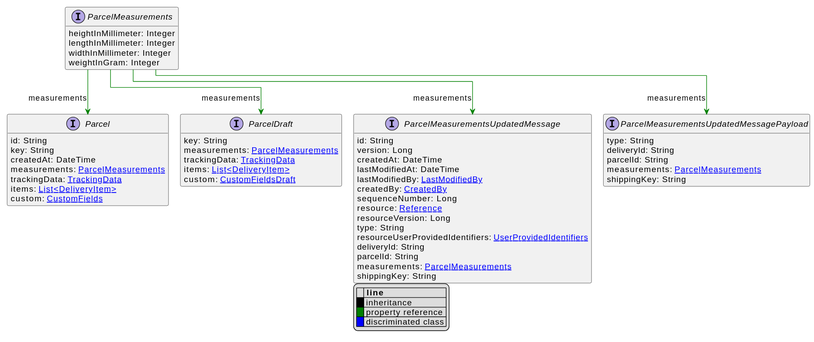
Before: uml/api/svg/ParcelMeasurements.svg, a diagram exported from PlantUML (commercetools/commercetools-api-reference).
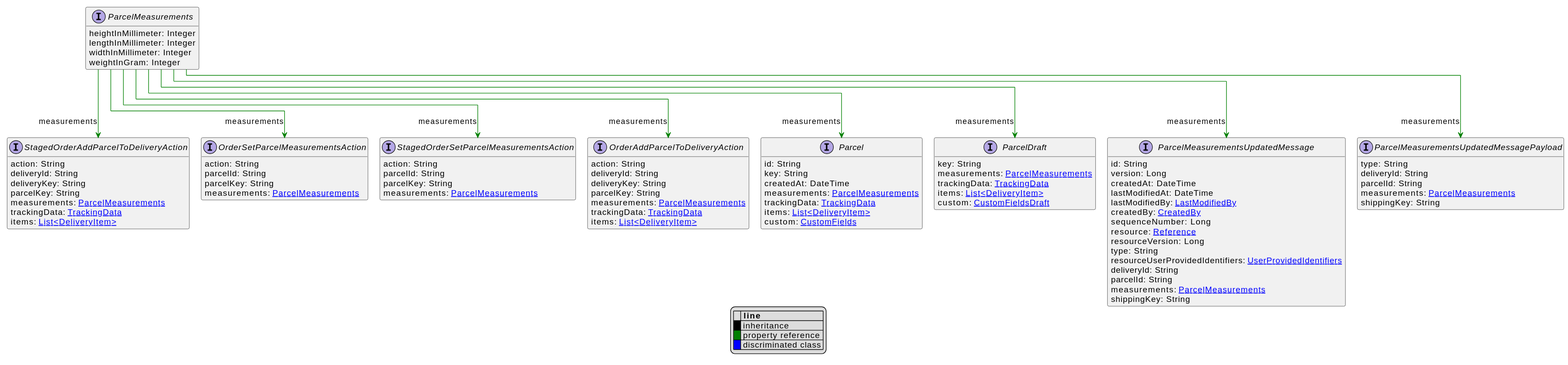
Above is the later version.

Diff of the diagram source:
```diff
@@ -41,6 +41,21 @@
     measurements: [[ParcelMeasurements.svg ParcelMeasurements]]
     shippingKey: String
 }
+interface StagedOrderAddParcelToDeliveryAction [[StagedOrderAddParcelToDeliveryAction.svg]]  {
+    action: String
+    deliveryId: String
+    deliveryKey: String
+    parcelKey: String
+    measurements: [[ParcelMeasurements.svg ParcelMeasurements]]
+    trackingData: [[TrackingData.svg TrackingData]]
+    items: [[DeliveryItem.svg List<DeliveryItem>]]
+}
+interface StagedOrderSetParcelMeasurementsAction [[StagedOrderSetParcelMeasurementsAction.svg]]  {
+    action: String
+    parcelId: String
+    parcelKey: String
+    measurements: [[ParcelMeasurements.svg ParcelMeasurements]]
+}
 interface Parcel [[Parcel.svg]]  {
     id: String
     key: String
@@ -57,9 +72,28 @@
     items: [[DeliveryItem.svg List<DeliveryItem>]]
     custom: [[CustomFieldsDraft.svg CustomFieldsDraft]]
 }
+interface OrderAddParcelToDeliveryAction [[OrderAddParcelToDeliveryAction.svg]]  {
+    action: String
+    deliveryId: String
+    deliveryKey: String
+    parcelKey: String
+    measurements: [[ParcelMeasurements.svg ParcelMeasurements]]
+    trackingData: [[TrackingData.svg TrackingData]]
+    items: [[DeliveryItem.svg List<DeliveryItem>]]
+}
+interface OrderSetParcelMeasurementsAction [[OrderSetParcelMeasurementsAction.svg]]  {
+    action: String
+    parcelId: String
+    parcelKey: String
+    measurements: [[ParcelMeasurements.svg ParcelMeasurements]]
+}
 
 ParcelMeasurements --> ParcelMeasurementsUpdatedMessage #green;text:green : "measurements"
 ParcelMeasurements --> ParcelMeasurementsUpdatedMessagePayload #green;text:green : "measurements"
+ParcelMeasurements --> StagedOrderAddParcelToDeliveryAction #green;text:green : "measurements"
+ParcelMeasurements --> StagedOrderSetParcelMeasurementsAction #green;text:green : "measurements"
 ParcelMeasurements --> Parcel #green;text:green : "measurements"
 ParcelMeasurements --> ParcelDraft #green;text:green : "measurements"
+ParcelMeasurements --> OrderAddParcelToDeliveryAction #green;text:green : "measurements"
+ParcelMeasurements --> OrderSetParcelMeasurementsAction #green;text:green : "measurements"
 @enduml
```
